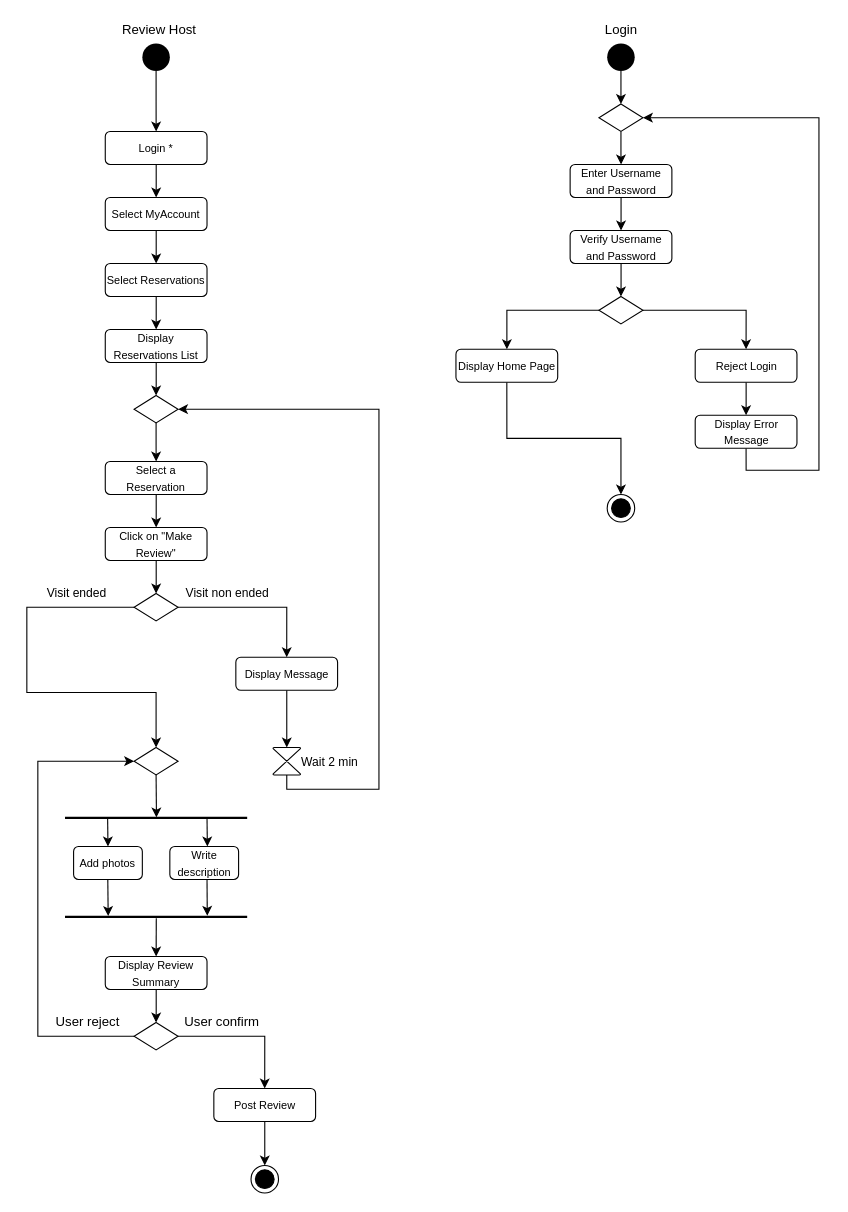
The draw.io diagram Deliverables/Activity Diagram/Activity Diagram Agostinelli.drawio in nic-agos/DoveStudi, before the edit. Source tidied: cells renumbered, new cells numbered last; positions are measured from the earlier drawing's top-left corner, leaving out a move shared by most shapes. Both pictures are drawn from the tidied source at 110%, with x=0, y=0 at pixel (26, 19).
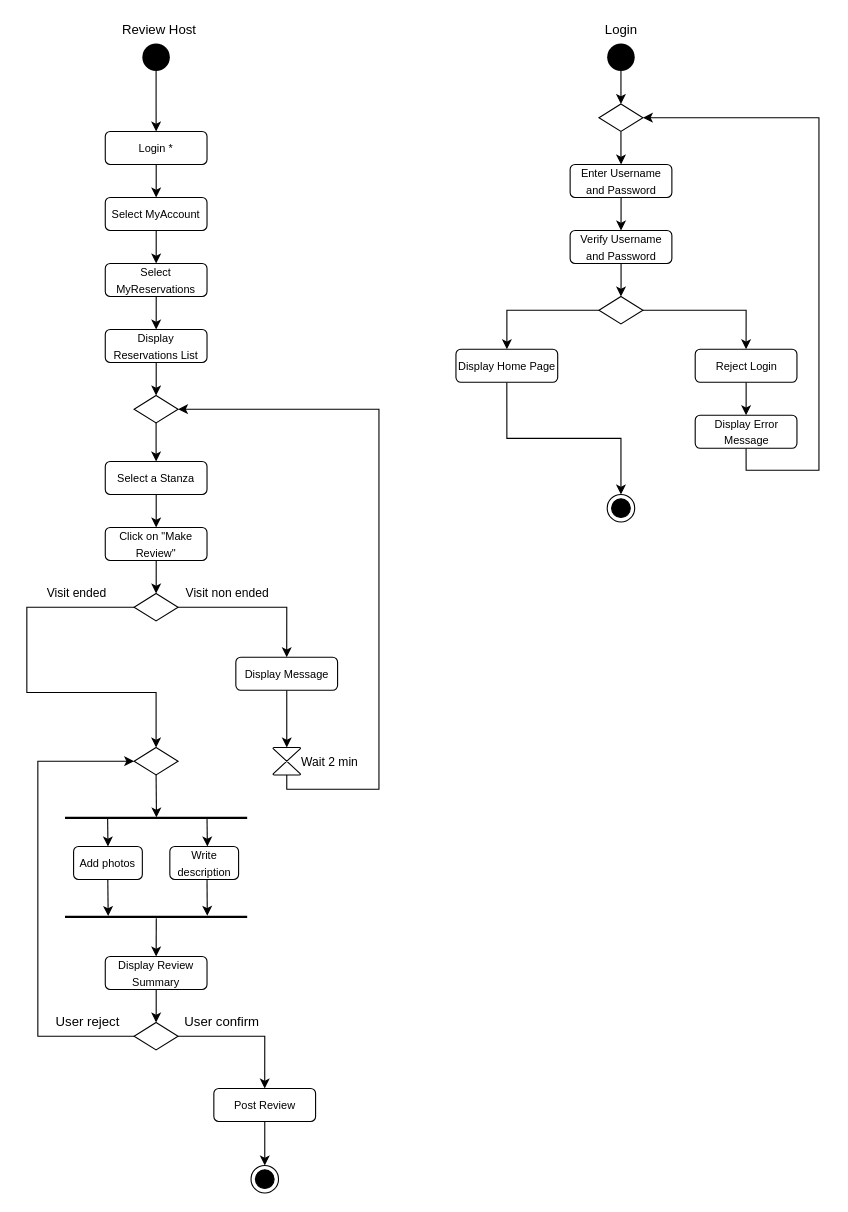
The same diagram, later.

Commit message:
Changed Reservation in Stanza

The edit, as a diff of the source:
```diff
@@
-    <mxCell id="12" value="&lt;span style=&quot;font-size: 10px&quot;&gt;Select Reservations&lt;/span&gt;" style="rounded=1;whiteSpace=wrap;html=1;strokeWidth=1;" parent="1" vertex="1">
+    <mxCell id="12" value="&lt;span style=&quot;font-size: 10px&quot;&gt;Select MyReservations&lt;/span&gt;" style="rounded=1;whiteSpace=wrap;html=1;strokeWidth=1;" parent="1" vertex="1">
       <mxGeometry x="71.2" y="222" width="92.5" height="30" as="geometry" />
     </mxCell>
@@
-    <mxCell id="14" value="&lt;span style=&quot;font-size: 10px&quot;&gt;Select a Reservation&lt;/span&gt;" style="rounded=1;whiteSpace=wrap;html=1;strokeWidth=1;" parent="1" vertex="1">
+    <mxCell id="14" value="&lt;span style=&quot;font-size: 10px&quot;&gt;Select a Stanza&lt;br&gt;&lt;/span&gt;" style="rounded=1;whiteSpace=wrap;html=1;strokeWidth=1;" parent="1" vertex="1">
       <mxGeometry x="71.2" y="402" width="92.5" height="30" as="geometry" />
     </mxCell>
```
